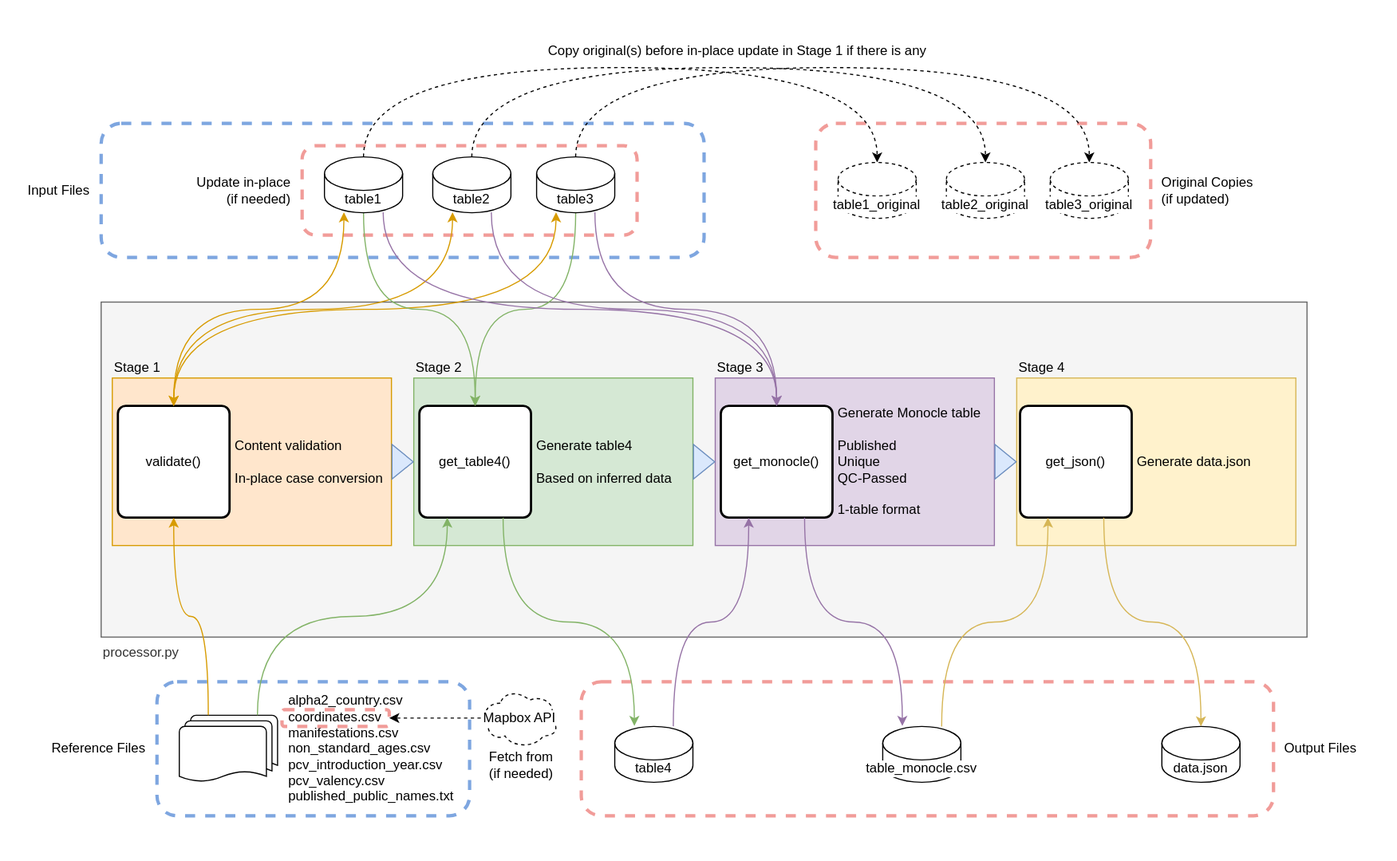
The draw.io diagram doc/workflow.drawio.svg in sanger-bentley-group/gps-database-processor, before a commit. Source tidied: cells renumbered, new cells last; positions are measured from the earlier drawing's top-left corner, leaving out a move shared by most shapes.
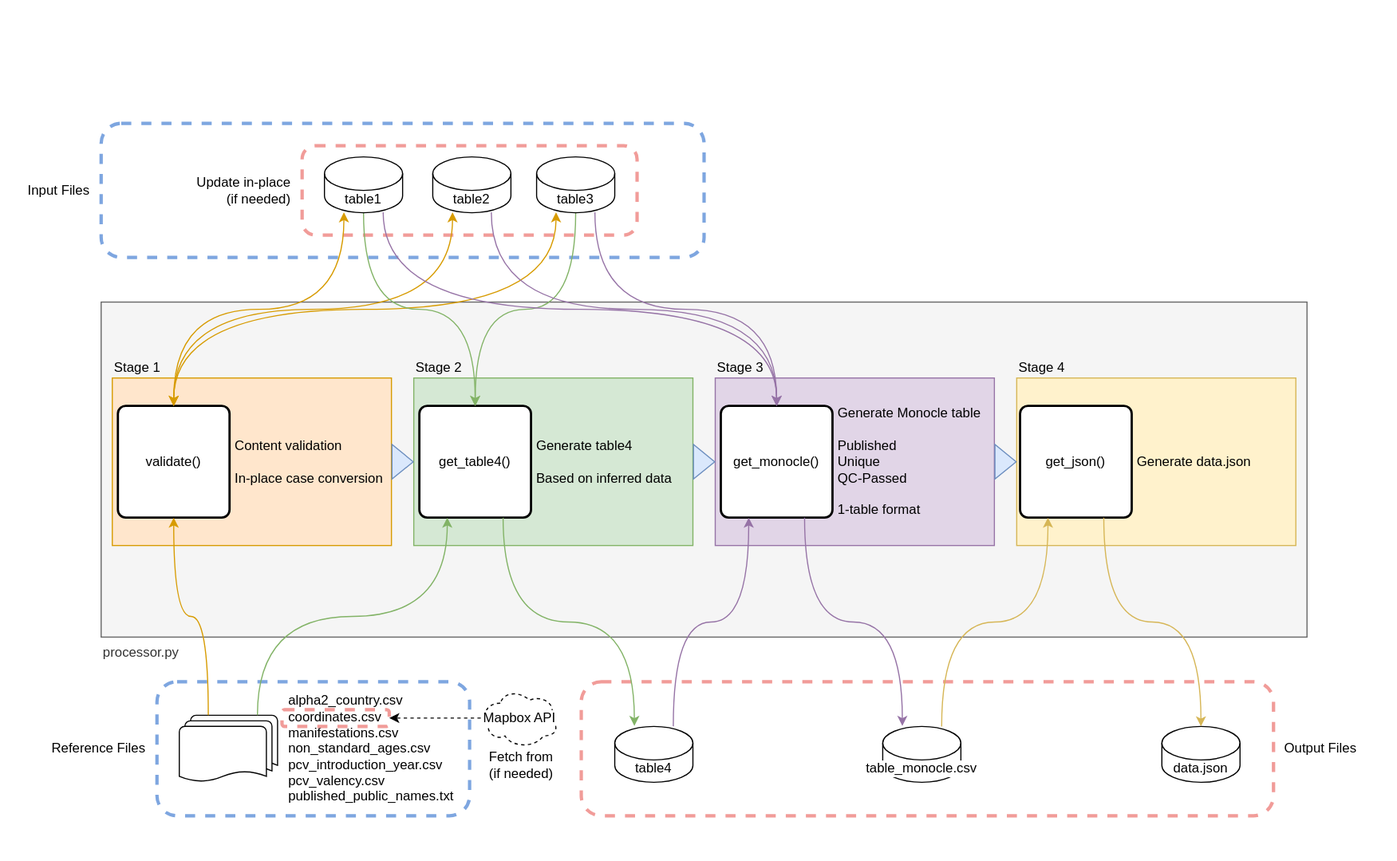
Later version of the same file.

Commit message:
No longer save original copies of tables (use git for that)

The edit, as a diff of the source:
```diff
@@ -5,9 +5,6 @@
     <mxCell id="2" style="rounded=0;whiteSpace=wrap;html=1;strokeColor=none;fillColor=default;" parent="1" vertex="1">
       <mxGeometry width="1250" height="770" as="geometry" />
     </mxCell>
-    <mxCell id="3" value="Original Copies&lt;br&gt;(if updated)" style="rounded=1;whiteSpace=wrap;html=1;labelBackgroundColor=default;fillStyle=auto;strokeColor=#F19C99;fillColor=none;dashed=1;strokeWidth=3;labelPosition=right;verticalLabelPosition=middle;align=left;verticalAlign=middle;spacingLeft=0;spacingRight=0;spacing=10;" parent="1" vertex="1">
-      <mxGeometry x="730" y="110" width="300" height="120" as="geometry" />
-    </mxCell>
     <mxCell id="4" value="processor.py" style="fillColor=#f5f5f5;strokeColor=#666666;align=left;labelPosition=center;verticalLabelPosition=bottom;verticalAlign=top;fontColor=#333333;" parent="1" vertex="1">
       <mxGeometry x="90" y="270" width="1080" height="300" as="geometry" />
     </mxCell>
@@ -140,45 +137,6 @@
     <mxCell id="47" value="table_monocle.csv" style="shape=cylinder3;whiteSpace=wrap;html=1;boundedLbl=1;backgroundOutline=1;size=15;labelBackgroundColor=default;" parent="46" vertex="1">
       <mxGeometry width="70" height="50" as="geometry" />
     </mxCell>
-    <mxCell id="48" style="group;strokeColor=none;" parent="1" vertex="1">
-      <mxGeometry x="750" y="145" width="260" height="50" as="geometry" />
-    </mxCell>
-    <mxCell id="49" value="table1_original" style="shape=cylinder3;whiteSpace=wrap;html=1;boundedLbl=1;backgroundOutline=1;size=15;strokeColor=default;dashed=1;labelBackgroundColor=default;" parent="48" vertex="1">
-      <mxGeometry width="70" height="50" as="geometry" />
-    </mxCell>
-    <mxCell id="50" value="table2_original" style="shape=cylinder3;whiteSpace=wrap;html=1;boundedLbl=1;backgroundOutline=1;size=15;dashed=1;labelBackgroundColor=default;" parent="48" vertex="1">
-      <mxGeometry x="97" width="70" height="50" as="geometry" />
-    </mxCell>
-    <mxCell id="51" value="table3_original" style="shape=cylinder3;whiteSpace=wrap;html=1;boundedLbl=1;backgroundOutline=1;size=15;dashed=1;labelBackgroundColor=default;" parent="48" vertex="1">
-      <mxGeometry x="190" width="70" height="50" as="geometry" />
-    </mxCell>
-    <mxCell id="52" style="endArrow=classic;html=1;exitX=0.5;exitY=0;exitDx=0;exitDy=0;exitPerimeter=0;entryX=0.5;entryY=0;entryDx=0;entryDy=0;entryPerimeter=0;edgeStyle=orthogonalEdgeStyle;curved=1;dashed=1;" parent="1" edge="1" source="43" target="49">
-      <mxGeometry relative="1" as="geometry">
-        <Array as="points">
-          <mxPoint x="325" y="60" />
-          <mxPoint x="785" y="60" />
-        </Array>
-      </mxGeometry>
-    </mxCell>
-    <mxCell id="53" style="endArrow=classic;html=1;dashed=1;curved=1;exitX=0.5;exitY=0;exitDx=0;exitDy=0;exitPerimeter=0;entryX=0.5;entryY=0;entryDx=0;entryDy=0;entryPerimeter=0;edgeStyle=orthogonalEdgeStyle;" parent="1" edge="1" source="44" target="50">
-      <mxGeometry relative="1" as="geometry">
-        <Array as="points">
-          <mxPoint x="422" y="60" />
-          <mxPoint x="882" y="60" />
-        </Array>
-      </mxGeometry>
-    </mxCell>
-    <mxCell id="54" style="endArrow=classic;html=1;dashed=1;curved=1;exitX=0.5;exitY=0;exitDx=0;exitDy=0;exitPerimeter=0;entryX=0.5;entryY=0;entryDx=0;entryDy=0;entryPerimeter=0;edgeStyle=orthogonalEdgeStyle;" parent="1" edge="1" source="45" target="51">
-      <mxGeometry relative="1" as="geometry">
-        <Array as="points">
-          <mxPoint x="515" y="60" />
-          <mxPoint x="975" y="60" />
-        </Array>
-      </mxGeometry>
-    </mxCell>
-    <mxCell id="55" value="Copy original(s) before in-place update in Stage 1 if there is any" style="text;html=1;strokeColor=none;fillColor=none;align=center;verticalAlign=middle;whiteSpace=wrap;rounded=0;dashed=1;labelBackgroundColor=none;" parent="1" vertex="1">
-      <mxGeometry x="470" y="30" width="380" height="30" as="geometry" />
-    </mxCell>
     <mxCell id="56" value="Reference Files&amp;nbsp;" style="rounded=1;whiteSpace=wrap;html=1;labelBackgroundColor=default;fillStyle=auto;strokeColor=#7EA6E0;fillColor=none;dashed=1;strokeWidth=3;labelPosition=left;verticalLabelPosition=middle;align=right;verticalAlign=middle;spacingLeft=0;spacingRight=0;spacing=10;" parent="1" vertex="1">
       <mxGeometry x="140" y="610" width="280" height="120" as="geometry" />
     </mxCell>
```
